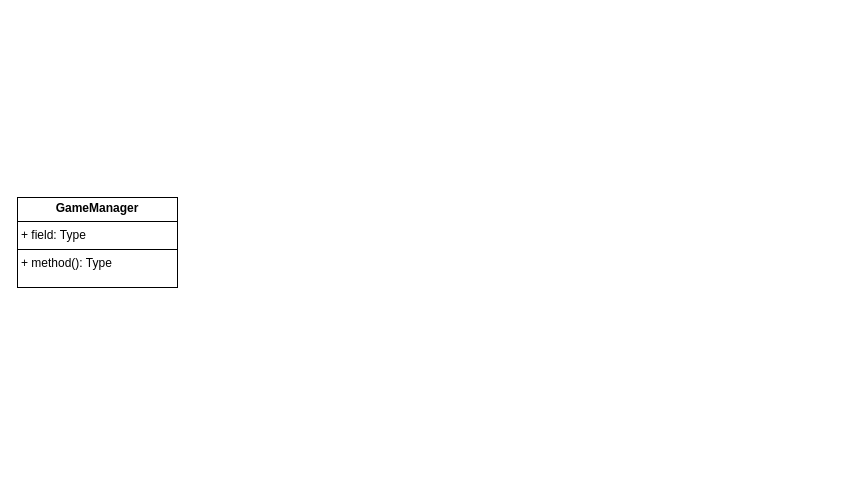
Earlier version of the draw.io diagram UML/fallock-class-diagram.drawio (LuizHPio/Fallock). Source tidied: cells renumbered, new cells numbered last; positions are measured from the earlier drawing's top-left corner, leaving out a move shared by most shapes. Both pictures are drawn from the tidied source at 100%, with x=0, y=0 at pixel (17, 197).
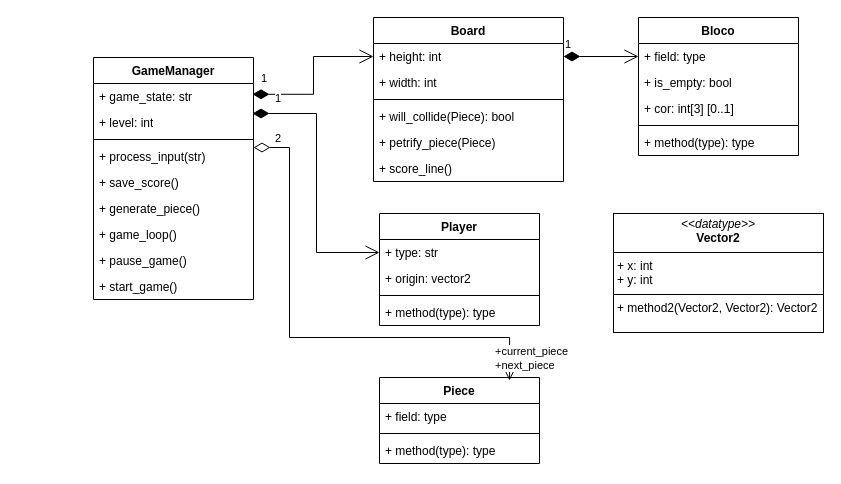
The same page after the edit.

Commit message:
Updated class diagram

Diff of the diagram source:
```diff
@@
-    <mxCell id="2" value="&lt;p style=&quot;margin:0px;margin-top:4px;text-align:center;&quot;&gt;&lt;b&gt;GameManager&lt;/b&gt;&lt;/p&gt;&lt;hr size=&quot;1&quot; style=&quot;border-style:solid;&quot;&gt;&lt;p style=&quot;margin:0px;margin-left:4px;&quot;&gt;+ field: Type&lt;/p&gt;&lt;hr size=&quot;1&quot; style=&quot;border-style:solid;&quot;&gt;&lt;p style=&quot;margin:0px;margin-left:4px;&quot;&gt;+ method(): Type&lt;/p&gt;" style="verticalAlign=top;align=left;overflow=fill;html=1;whiteSpace=wrap;" parent="1" vertex="1">
-      <mxGeometry width="160" height="90" as="geometry" />
-    </mxCell>
+    <mxCell id="3" value="&lt;div&gt;GameManager&lt;/div&gt;" style="swimlane;fontStyle=1;align=center;verticalAlign=top;horizontal=1;startSize=26;whiteSpace=wrap;html=1;" parent="1" vertex="1">
+      <mxGeometry x="76" y="-140" width="160" height="242" as="geometry" />
+    </mxCell>
+    <mxCell id="4" value="+ game_state: str" style="text;strokeColor=none;fillColor=none;align=left;verticalAlign=top;spacingLeft=4;spacingRight=4;overflow=hidden;whiteSpace=wrap;html=1;" parent="3" vertex="1">
+      <mxGeometry y="26" width="160" height="26" as="geometry" />
+    </mxCell>
+    <mxCell id="5" value="+ level: int" style="text;strokeColor=none;fillColor=none;align=left;verticalAlign=top;spacingLeft=4;spacingRight=4;overflow=hidden;points=[[0,0.5],[1,0.5]];portConstraint=eastwest;whiteSpace=wrap;html=1;" parent="3" vertex="1">
+      <mxGeometry y="52" width="160" height="26" as="geometry" />
+    </mxCell>
+    <mxCell id="6" style="line;strokeWidth=1;fillColor=none;align=left;verticalAlign=middle;spacingTop=-1;spacingLeft=3;spacingRight=3;labelPosition=right;strokeColor=inherit;" parent="3" vertex="1">
+      <mxGeometry y="78" width="160" height="8" as="geometry" />
+    </mxCell>
+    <mxCell id="7" value="+ process_input(str)" style="text;strokeColor=none;fillColor=none;align=left;verticalAlign=top;spacingLeft=4;spacingRight=4;overflow=hidden;points=[[0,0.5],[1,0.5]];portConstraint=eastwest;whiteSpace=wrap;html=1;" parent="3" vertex="1">
+      <mxGeometry y="86" width="160" height="26" as="geometry" />
+    </mxCell>
+    <mxCell id="8" value="+ save_score()" style="text;strokeColor=none;fillColor=none;align=left;verticalAlign=top;spacingLeft=4;spacingRight=4;overflow=hidden;whiteSpace=wrap;html=1;" parent="3" vertex="1">
+      <mxGeometry y="112" width="160" height="26" as="geometry" />
+    </mxCell>
+    <mxCell id="9" value="+ generate_piece()" style="text;strokeColor=none;fillColor=none;align=left;verticalAlign=top;spacingLeft=4;spacingRight=4;overflow=hidden;whiteSpace=wrap;html=1;" parent="3" vertex="1">
+      <mxGeometry y="138" width="160" height="26" as="geometry" />
+    </mxCell>
+    <mxCell id="10" value="+ game_loop()" style="text;strokeColor=none;fillColor=none;align=left;verticalAlign=top;spacingLeft=4;spacingRight=4;overflow=hidden;whiteSpace=wrap;html=1;" parent="3" vertex="1">
+      <mxGeometry y="164" width="160" height="26" as="geometry" />
+    </mxCell>
+    <mxCell id="11" value="+ pause_game()" style="text;strokeColor=none;fillColor=none;align=left;verticalAlign=top;spacingLeft=4;spacingRight=4;overflow=hidden;whiteSpace=wrap;html=1;" parent="3" vertex="1">
+      <mxGeometry y="190" width="160" height="26" as="geometry" />
+    </mxCell>
+    <mxCell id="12" value="+ start_game()" style="text;strokeColor=none;fillColor=none;align=left;verticalAlign=top;spacingLeft=4;spacingRight=4;overflow=hidden;whiteSpace=wrap;html=1;" parent="3" vertex="1">
+      <mxGeometry y="216" width="160" height="26" as="geometry" />
+    </mxCell>
+    <mxCell id="13" value="Board" style="swimlane;fontStyle=1;align=center;verticalAlign=top;horizontal=1;startSize=26;whiteSpace=wrap;html=1;" parent="1" vertex="1">
+      <mxGeometry x="356" y="-180" width="190" height="164" as="geometry" />
+    </mxCell>
+    <mxCell id="14" value="+ height: int" style="text;strokeColor=none;fillColor=none;align=left;verticalAlign=top;spacingLeft=4;spacingRight=4;overflow=hidden;points=[[0,0.5],[1,0.5]];portConstraint=eastwest;whiteSpace=wrap;html=1;" parent="13" vertex="1">
+      <mxGeometry y="26" width="190" height="26" as="geometry" />
+    </mxCell>
+    <mxCell id="15" value="+ width: int" style="text;strokeColor=none;fillColor=none;align=left;verticalAlign=top;spacingLeft=4;spacingRight=4;overflow=hidden;whiteSpace=wrap;html=1;" parent="13" vertex="1">
+      <mxGeometry y="52" width="190" height="26" as="geometry" />
+    </mxCell>
+    <mxCell id="16" style="line;strokeWidth=1;fillColor=none;align=left;verticalAlign=middle;spacingTop=-1;spacingLeft=3;spacingRight=3;labelPosition=right;strokeColor=inherit;" parent="13" vertex="1">
+      <mxGeometry y="78" width="190" height="8" as="geometry" />
+    </mxCell>
+    <mxCell id="17" value="&lt;div&gt;+ will_collide(Piece): bool&lt;/div&gt;" style="text;strokeColor=none;fillColor=none;align=left;verticalAlign=top;spacingLeft=4;spacingRight=4;overflow=hidden;whiteSpace=wrap;html=1;" parent="13" vertex="1">
+      <mxGeometry y="86" width="190" height="26" as="geometry" />
+    </mxCell>
+    <mxCell id="18" value="&lt;div&gt;+ petrify_piece(Piece)&lt;/div&gt;" style="text;strokeColor=none;fillColor=none;align=left;verticalAlign=top;spacingLeft=4;spacingRight=4;overflow=hidden;whiteSpace=wrap;html=1;" parent="13" vertex="1">
+      <mxGeometry y="112" width="190" height="26" as="geometry" />
+    </mxCell>
+    <mxCell id="19" value="&lt;div&gt;+ score_line()&lt;/div&gt;" style="text;strokeColor=none;fillColor=none;align=left;verticalAlign=top;spacingLeft=4;spacingRight=4;overflow=hidden;whiteSpace=wrap;html=1;" parent="13" vertex="1">
+      <mxGeometry y="138" width="190" height="26" as="geometry" />
+    </mxCell>
+    <mxCell id="20" value="Player" style="swimlane;fontStyle=1;align=center;verticalAlign=top;horizontal=1;startSize=26;whiteSpace=wrap;html=1;" parent="1" vertex="1">
+      <mxGeometry x="362" y="16" width="160" height="112" as="geometry" />
+    </mxCell>
+    <mxCell id="21" value="+ type: str" style="text;strokeColor=none;fillColor=none;align=left;verticalAlign=top;spacingLeft=4;spacingRight=4;overflow=hidden;points=[[0,0.5],[1,0.5]];portConstraint=eastwest;whiteSpace=wrap;html=1;" parent="20" vertex="1">
+      <mxGeometry y="26" width="160" height="26" as="geometry" />
+    </mxCell>
+    <mxCell id="22" value="+ origin: vector2" style="text;strokeColor=none;fillColor=none;align=left;verticalAlign=top;spacingLeft=4;spacingRight=4;overflow=hidden;whiteSpace=wrap;html=1;" parent="20" vertex="1">
+      <mxGeometry y="52" width="160" height="26" as="geometry" />
+    </mxCell>
+    <mxCell id="23" style="line;strokeWidth=1;fillColor=none;align=left;verticalAlign=middle;spacingTop=-1;spacingLeft=3;spacingRight=3;labelPosition=right;strokeColor=inherit;" parent="20" vertex="1">
+      <mxGeometry y="78" width="160" height="8" as="geometry" />
+    </mxCell>
+    <mxCell id="24" value="+ method(type): type" style="text;strokeColor=none;fillColor=none;align=left;verticalAlign=top;spacingLeft=4;spacingRight=4;overflow=hidden;whiteSpace=wrap;html=1;" parent="20" vertex="1">
+      <mxGeometry y="86" width="160" height="26" as="geometry" />
+    </mxCell>
+    <mxCell id="25" value="1" style="endArrow=open;html=1;endSize=12;startArrow=diamondThin;startSize=14;startFill=1;edgeStyle=orthogonalEdgeStyle;align=left;verticalAlign=bottom;rounded=0;exitX=0.994;exitY=0.152;exitDx=0;exitDy=0;entryX=0;entryY=0.5;entryDx=0;entryDy=0;exitPerimeter=0;" parent="1" edge="1" source="3" target="14">
+      <mxGeometry x="-0.91" y="7" relative="1" as="geometry" />
+    </mxCell>
+    <mxCell id="26" value="&lt;div&gt;Piece&lt;/div&gt;" style="swimlane;fontStyle=1;align=center;verticalAlign=top;horizontal=1;startSize=26;whiteSpace=wrap;html=1;" parent="1" vertex="1">
+      <mxGeometry x="362" y="180" width="160" height="86" as="geometry" />
+    </mxCell>
+    <mxCell id="27" value="+ field: type" style="text;strokeColor=none;fillColor=none;align=left;verticalAlign=top;spacingLeft=4;spacingRight=4;overflow=hidden;whiteSpace=wrap;html=1;" parent="26" vertex="1">
+      <mxGeometry y="26" width="160" height="26" as="geometry" />
+    </mxCell>
+    <mxCell id="28" style="line;strokeWidth=1;fillColor=none;align=left;verticalAlign=middle;spacingTop=-1;spacingLeft=3;spacingRight=3;labelPosition=right;strokeColor=inherit;" parent="26" vertex="1">
+      <mxGeometry y="52" width="160" height="8" as="geometry" />
+    </mxCell>
+    <mxCell id="29" value="+ method(type): type" style="text;strokeColor=none;fillColor=none;align=left;verticalAlign=top;spacingLeft=4;spacingRight=4;overflow=hidden;whiteSpace=wrap;html=1;" parent="26" vertex="1">
+      <mxGeometry y="60" width="160" height="26" as="geometry" />
+    </mxCell>
+    <mxCell id="30" value="&lt;div&gt;2&lt;/div&gt;" style="endArrow=open;html=1;endSize=12;startArrow=diamondThin;startSize=14;startFill=0;edgeStyle=orthogonalEdgeStyle;align=left;verticalAlign=bottom;rounded=0;entryX=0.813;entryY=0.035;entryDx=0;entryDy=0;entryPerimeter=0;exitX=1;exitY=0.154;exitDx=0;exitDy=0;exitPerimeter=0;" parent="1" edge="1" source="7" target="26">
+      <mxGeometry x="-0.92" relative="1" as="geometry">
+        <Array as="points">
+          <mxPoint x="272" y="-50" />
+          <mxPoint x="272" y="140" />
+          <mxPoint x="492" y="140" />
+        </Array>
+      </mxGeometry>
+    </mxCell>
+    <mxCell id="31" value="&lt;div align=&quot;left&quot;&gt;+current_piece&lt;br&gt;&lt;div&gt;+next_piece&lt;/div&gt;&lt;/div&gt;" style="edgeLabel;html=1;align=left;verticalAlign=middle;" parent="30" vertex="1">
+      <mxGeometry x="0.73" y="-1" relative="1" as="geometry">
+        <mxPoint x="7" y="19" as="offset" />
+      </mxGeometry>
+    </mxCell>
+    <mxCell id="32" value="1" style="endArrow=open;html=1;endSize=12;startArrow=diamondThin;startSize=14;startFill=1;edgeStyle=orthogonalEdgeStyle;align=left;verticalAlign=bottom;rounded=0;exitX=0.994;exitY=0.154;exitDx=0;exitDy=0;entryX=0;entryY=0.5;entryDx=0;entryDy=0;exitPerimeter=0;" parent="1" edge="1" source="5" target="21">
+      <mxGeometry x="-0.84" y="6" relative="1" as="geometry" />
+    </mxCell>
+    <mxCell id="33" value="&lt;p style=&quot;margin:0px;margin-top:4px;text-align:center;&quot;&gt;&lt;i&gt;&amp;lt;&amp;lt;datatype&amp;gt;&amp;gt;&lt;/i&gt;&lt;br&gt;&lt;b&gt;Vector2&lt;/b&gt;&lt;/p&gt;&lt;hr size=&quot;1&quot; style=&quot;border-style:solid;&quot;&gt;&lt;p style=&quot;margin:0px;margin-left:4px;&quot;&gt;+ x: int&lt;br&gt;+ y: int&lt;/p&gt;&lt;hr size=&quot;1&quot; style=&quot;border-style:solid;&quot;&gt;&lt;p style=&quot;margin:0px;margin-left:4px;&quot;&gt;+ method2(Vector2, Vector2): Vector2&lt;/p&gt;" style="verticalAlign=top;align=left;overflow=fill;html=1;whiteSpace=wrap;" parent="1" vertex="1">
+      <mxGeometry x="596" y="16" width="210" height="119" as="geometry" />
+    </mxCell>
+    <mxCell id="34" value="Bloco" style="swimlane;fontStyle=1;align=center;verticalAlign=top;horizontal=1;startSize=26;whiteSpace=wrap;html=1;" parent="1" vertex="1">
+      <mxGeometry x="621" y="-180" width="160" height="138" as="geometry" />
+    </mxCell>
+    <mxCell id="35" value="+ field: type" style="text;strokeColor=none;fillColor=none;align=left;verticalAlign=top;spacingLeft=4;spacingRight=4;overflow=hidden;points=[[0,0.5],[1,0.5]];portConstraint=eastwest;whiteSpace=wrap;html=1;" parent="34" vertex="1">
+      <mxGeometry y="26" width="160" height="26" as="geometry" />
+    </mxCell>
+    <mxCell id="36" value="+ is_empty: bool" style="text;strokeColor=none;fillColor=none;align=left;verticalAlign=top;spacingLeft=4;spacingRight=4;overflow=hidden;whiteSpace=wrap;html=1;" parent="34" vertex="1">
+      <mxGeometry y="52" width="160" height="26" as="geometry" />
+    </mxCell>
+    <mxCell id="37" value="+ cor: int[3] [0..1]" style="text;strokeColor=none;fillColor=none;align=left;verticalAlign=top;spacingLeft=4;spacingRight=4;overflow=hidden;whiteSpace=wrap;html=1;" parent="34" vertex="1">
+      <mxGeometry y="78" width="160" height="26" as="geometry" />
+    </mxCell>
+    <mxCell id="38" style="line;strokeWidth=1;fillColor=none;align=left;verticalAlign=middle;spacingTop=-1;spacingLeft=3;spacingRight=3;labelPosition=right;strokeColor=inherit;" parent="34" vertex="1">
+      <mxGeometry y="104" width="160" height="8" as="geometry" />
+    </mxCell>
+    <mxCell id="39" value="+ method(type): type" style="text;strokeColor=none;fillColor=none;align=left;verticalAlign=top;spacingLeft=4;spacingRight=4;overflow=hidden;whiteSpace=wrap;html=1;" parent="34" vertex="1">
+      <mxGeometry y="112" width="160" height="26" as="geometry" />
+    </mxCell>
+    <mxCell id="40" value="1" style="endArrow=open;html=1;endSize=12;startArrow=diamondThin;startSize=14;startFill=1;edgeStyle=orthogonalEdgeStyle;align=left;verticalAlign=bottom;rounded=0;exitX=1;exitY=0.5;exitDx=0;exitDy=0;entryX=0;entryY=0.5;entryDx=0;entryDy=0;" parent="1" edge="1" source="14" target="35">
+      <mxGeometry x="-1" y="3" relative="1" as="geometry" />
+    </mxCell>
```
